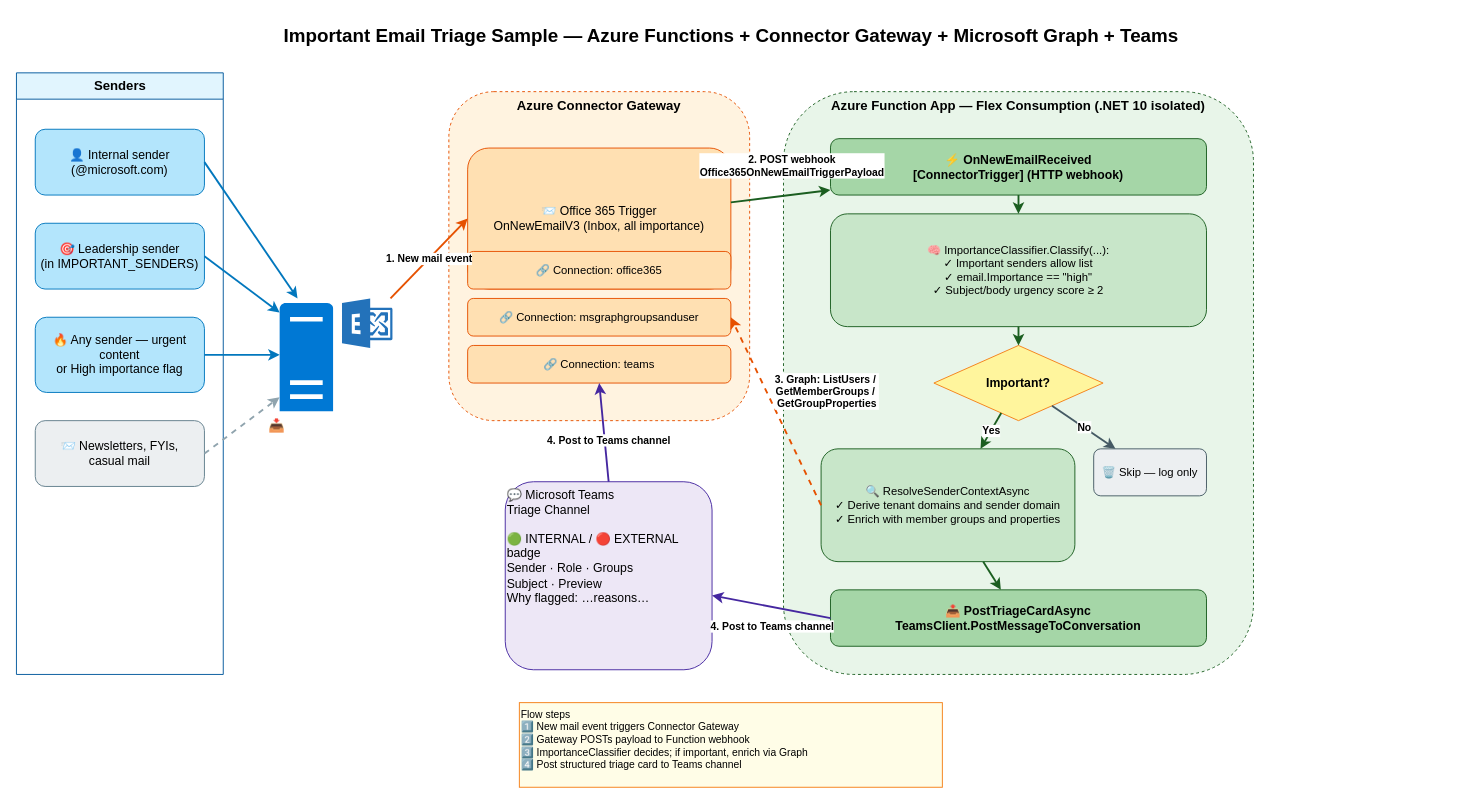
Above: docs/architecture.drawio in nzthiago/FunctionAppConnectorsEmailProcessor (draw.io), before the change. Source tidied: cells renumbered, new cells numbered last; positions are measured from the earlier drawing's top-left corner, leaving out a move shared by most shapes. Both pictures are drawn from the tidied source at 94%, with x=0, y=0 at pixel (16, 16).
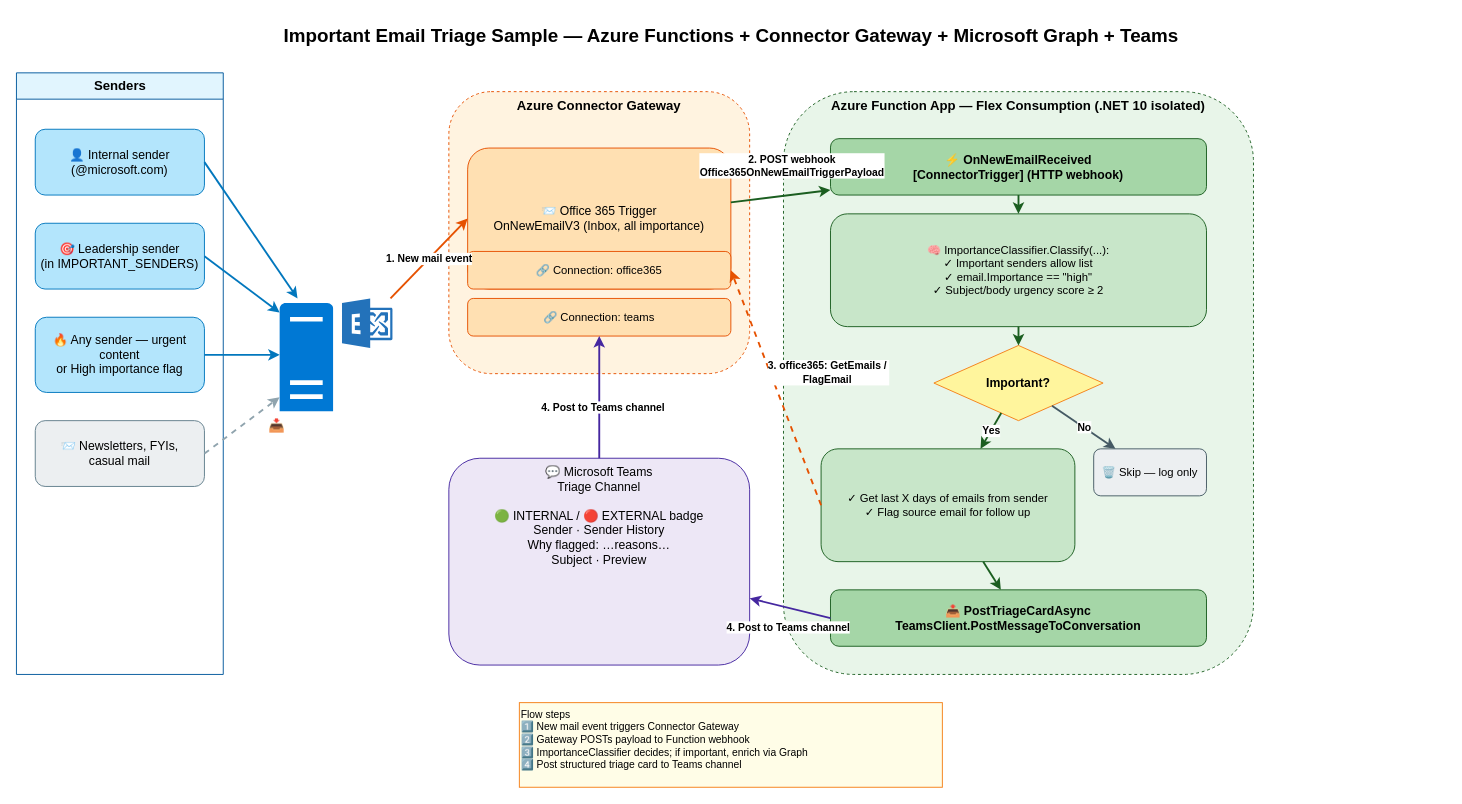
After the change.

Unchanged cells that the change refers to:
```xml
<mxCell id="11" value="🔗 Connection: office365" style="rounded=1;whiteSpace=wrap;html=1;fillColor=#FFE0B2;strokeColor=#E65100;fontSize=12;" parent="1" vertex="1">
  <mxGeometry x="480" y="250" width="280" height="40" as="geometry" />
</mxCell>
```

The edit, as a diff of the source:
```diff
@@
     <mxCell id="9" value="Azure Connector Gateway" style="rounded=1;whiteSpace=wrap;html=1;fillColor=#FFF3E0;strokeColor=#E65100;fontSize=14;fontStyle=1;verticalAlign=top;dashed=1;" parent="1" vertex="1">
-      <mxGeometry x="460" y="80" width="320" height="350" as="geometry" />
+      <mxGeometry x="460" y="80" width="320" height="300" as="geometry" />
     </mxCell>
@@
-    <mxCell id="12" value="🔗 Connection: msgraphgroupsanduser" style="rounded=1;whiteSpace=wrap;html=1;fillColor=#FFE0B2;strokeColor=#E65100;fontSize=12;" parent="1" vertex="1">
-      <mxGeometry x="480" y="300" width="280" height="40" as="geometry" />
-    </mxCell>
     <mxCell id="13" value="🔗 Connection: teams" style="rounded=1;whiteSpace=wrap;html=1;fillColor=#FFE0B2;strokeColor=#E65100;fontSize=12;" parent="1" vertex="1">
-      <mxGeometry x="480" y="350" width="280" height="40" as="geometry" />
+      <mxGeometry x="480" y="300" width="280" height="40" as="geometry" />
     </mxCell>
@@
-    <mxCell id="19" value="&lt;font&gt;🔍 ResolveSenderContextAsync&lt;br&gt;&lt;span style=&quot;color: rgb(0, 0, 0);&quot;&gt;✓&amp;nbsp;&lt;/span&gt;Derive tenant domains and sender domain&lt;br&gt;&lt;/font&gt;&lt;div&gt;&lt;font&gt;&lt;span style=&quot;color: rgb(0, 0, 0); background-color: transparent;&quot;&gt;✓&lt;/span&gt;&lt;span style=&quot;color: rgb(0, 0, 0); background-color: transparent;&quot;&gt;&amp;nbsp;&lt;/span&gt;Enrich with member groups and&amp;nbsp;properties&lt;/font&gt;&lt;/div&gt;" style="rounded=1;whiteSpace=wrap;html=1;fillColor=#C8E6C9;strokeColor=#1B5E20;fontSize=12;align=center;" parent="1" vertex="1">
+    <mxCell id="19" value="&lt;font&gt;&lt;span style=&quot;color: rgb(0, 0, 0);&quot;&gt;✓ Get last X days of emails from sender&lt;/span&gt;&lt;br&gt;&lt;/font&gt;&lt;div&gt;&lt;font&gt;&lt;span style=&quot;color: rgb(0, 0, 0); background-color: transparent;&quot;&gt;✓&lt;/span&gt;&lt;span style=&quot;color: rgb(0, 0, 0); background-color: transparent;&quot;&gt;&amp;nbsp;Flag source email for follow up&lt;/span&gt;&lt;/font&gt;&lt;/div&gt;" style="rounded=1;whiteSpace=wrap;html=1;fillColor=#C8E6C9;strokeColor=#1B5E20;fontSize=12;align=center;" parent="1" vertex="1">
       <mxGeometry x="856" y="460" width="270" height="120" as="geometry" />
     </mxCell>
@@
-    <mxCell id="21" value="💬 Microsoft Teams&#10;Triage Channel&#10;&#10;🟢 INTERNAL / 🔴 EXTERNAL badge&#10;Sender · Role · Groups&#10;Subject · Preview&#10;Why flagged: …reasons…" style="rounded=1;whiteSpace=wrap;html=1;fillColor=#EDE7F6;strokeColor=#4527A0;fontSize=13;align=left;verticalAlign=top;" parent="1" vertex="1">
-      <mxGeometry x="520" y="495" width="220" height="200" as="geometry" />
+    <mxCell id="21" value="💬 Microsoft Teams&lt;br&gt;Triage Channel&lt;br&gt;&lt;br&gt;🟢 INTERNAL / 🔴 EXTERNAL badge&lt;br&gt;Sender · Sender History&lt;br&gt;Why flagged: …reasons…&lt;div&gt;&lt;span style=&quot;color: rgb(0, 0, 0);&quot;&gt;Subject · Preview&lt;/span&gt;&lt;/div&gt;" style="rounded=1;whiteSpace=wrap;html=1;fillColor=#EDE7F6;strokeColor=#4527A0;fontSize=13;align=center;verticalAlign=top;" parent="1" vertex="1">
+      <mxGeometry x="460" y="470" width="320" height="220" as="geometry" />
     </mxCell>
@@
-    <mxCell id="33" value="3. Graph: ListUsers /&amp;nbsp;&lt;div&gt;GetMemberGroups /&amp;nbsp;&lt;/div&gt;&lt;div&gt;GetGroupProperties&lt;/div&gt;" style="endArrow=classic;html=1;strokeColor=#E65100;strokeWidth=2;fontSize=11;fontStyle=1;dashed=1;exitX=0;exitY=0.5;entryX=1;entryY=0.5;" parent="1" edge="1" source="19" target="12">
+    <mxCell id="33" value="3. office365: GetEmails /&amp;nbsp;&lt;div&gt;FlagEmail&amp;nbsp;&lt;br&gt;&lt;/div&gt;" style="endArrow=classic;html=1;strokeColor=#E65100;strokeWidth=2;fontSize=11;fontStyle=1;dashed=1;exitX=0;exitY=0.5;entryX=1;entryY=0.5;entryDx=0;entryDy=0;" parent="1" edge="1" source="19" target="11">
       <mxGeometry x="-0.04" y="-58" relative="1" as="geometry" />
     </mxCell>
```
